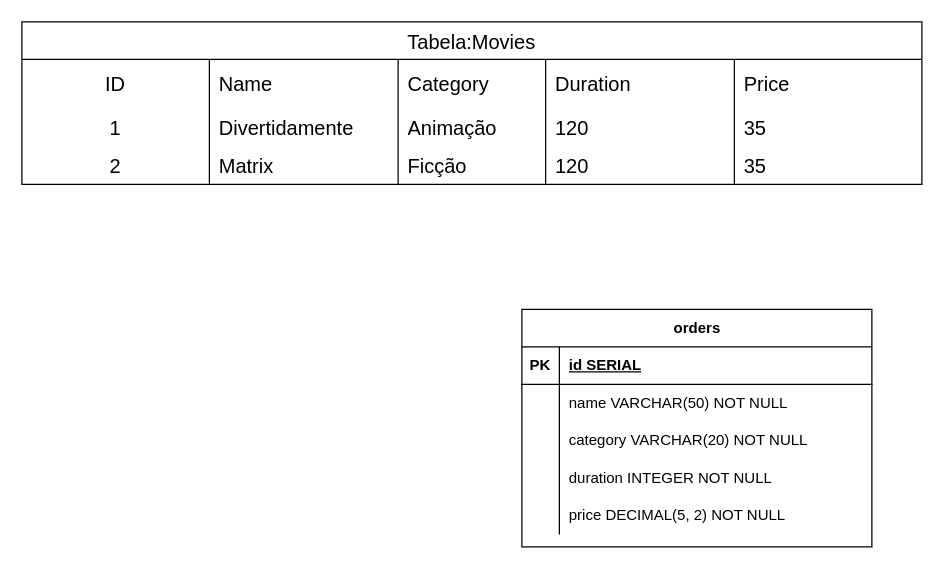
The draw.io diagram diagram.drawio in pedrogabrielbacili/meu_primeiro_DER, before the edit. Source tidied: cells renumbered, new cells numbered last; positions are measured from the earlier drawing's top-left corner, leaving out a move shared by most shapes. Both pictures are drawn from the tidied source at 125%, with x=0, y=0 at pixel (21, 21).
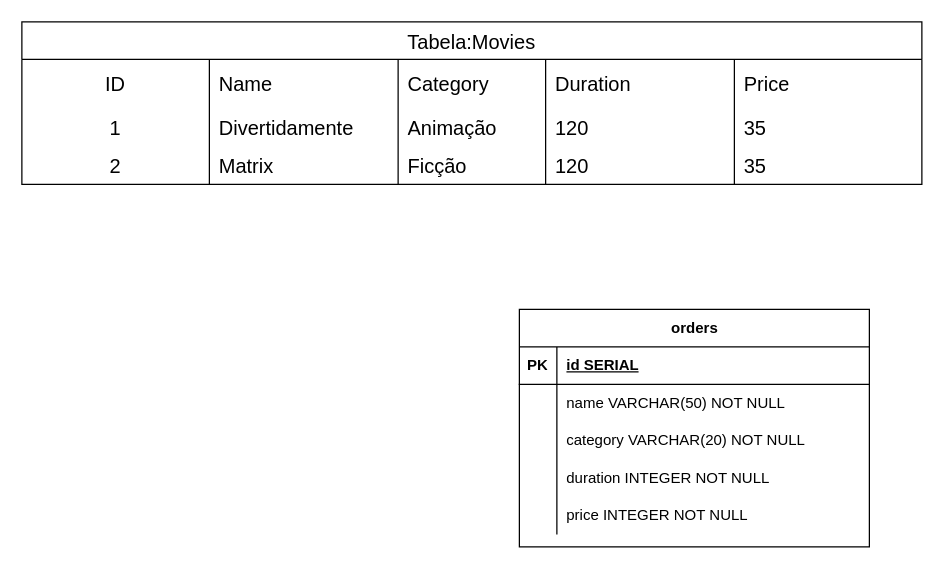
After the change.

The change refers to these unchanged cells:
```xml
<mxCell id="34" style="shape=tableRow;horizontal=0;startSize=0;swimlaneHead=0;swimlaneBody=0;fillColor=none;top=0;left=0;right=0;bottom=0;" parent="21" vertex="1">
  <mxGeometry y="150" width="280" height="30" as="geometry" />
</mxCell>
```

Diff of the diagram source:
```diff
@@
     <mxCell id="21" value="orders" style="shape=table;startSize=30;childLayout=tableLayout;rowLines=0;fontStyle=1;align=center;html=1;" parent="1" vertex="1">
-      <mxGeometry x="400" y="230" width="280" height="190" as="geometry" />
+      <mxGeometry x="398" y="230" width="280" height="190" as="geometry" />
     </mxCell>
@@
-    <mxCell id="36" value="price DECIMAL(5, 2) NOT NULL" style="shape=partialRectangle;fillColor=none;top=0;left=0;bottom=0;right=0;align=left;spacingLeft=6;overflow=hidden;whiteSpace=wrap;html=1;" parent="34" vertex="1">
+    <mxCell id="36" value="price INTEGER NOT NULL" style="shape=partialRectangle;fillColor=none;top=0;left=0;bottom=0;right=0;align=left;spacingLeft=6;overflow=hidden;whiteSpace=wrap;html=1;" parent="34" vertex="1">
       <mxGeometry x="30" width="250" height="30" as="geometry" />
     </mxCell>
```
